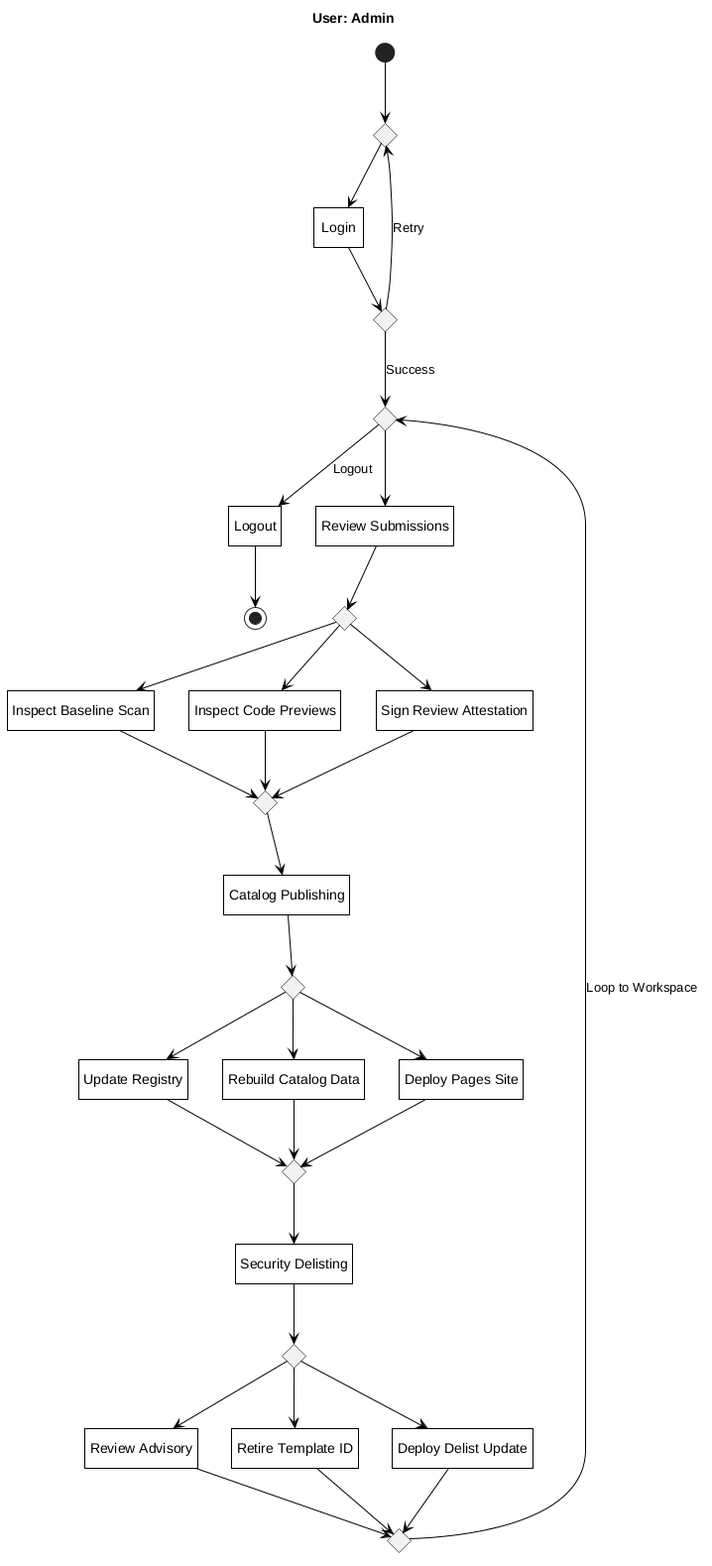
Earlier version of the PlantUML export Figures/state-machine/state-user-admin.png (Litho-MD/uet-fyp-docs). Its diagram source:
```plantuml
@startuml state-user-admin
title User: Admin

hide empty description

skinparam monochrome true
skinparam backgroundColor white
skinparam shadowing false
skinparam defaultTextAlignment center
skinparam roundCorner 0
skinparam ArrowColor black
skinparam defaultFontColor black
skinparam stateBorderThickness 1
skinparam state {
    BackgroundColor white
    BorderColor black
    FontColor black
}

state c_start <<choice>>
state "Login" as login
state c_auth <<choice>>
state c_menu <<choice>>
state "Logout" as logout

[*] --> c_start
c_start --> login
login --> c_auth
c_auth --> c_menu : Success
c_auth --> c_start : Retry

c_menu --> logout : Logout
logout --> [*]

state "Review Submissions" as feat1
state c_f1 <<choice>>
state "Inspect Baseline Scan" as f1_1
state "Inspect Code Previews" as f1_2
state "Sign Review Attestation" as f1_3
state c_f1_m <<choice>>

c_menu --> feat1
feat1 --> c_f1
c_f1 --> f1_1
c_f1 --> f1_2
c_f1 --> f1_3
f1_1 --> c_f1_m
f1_2 --> c_f1_m
f1_3 --> c_f1_m

state "Catalog Publishing" as feat2
state c_f2 <<choice>>
state "Update Registry" as f2_1
state "Rebuild Catalog Data" as f2_2
state "Deploy Pages Site" as f2_3
state c_f2_m <<choice>>

c_f1_m --> feat2
feat2 --> c_f2
c_f2 --> f2_1
c_f2 --> f2_2
c_f2 --> f2_3
f2_1 --> c_f2_m
f2_2 --> c_f2_m
f2_3 --> c_f2_m

state "Security Delisting" as feat3
state c_f3 <<choice>>
state "Review Advisory" as f3_1
state "Retire Template ID" as f3_2
state "Deploy Delist Update" as f3_3
state c_f3_m <<choice>>

c_f2_m --> feat3
feat3 --> c_f3
c_f3 --> f3_1
c_f3 --> f3_2
c_f3 --> f3_3
f3_1 --> c_f3_m
f3_2 --> c_f3_m
f3_3 --> c_f3_m

c_f3_m --> c_menu : Loop to Workspace

@enduml
```
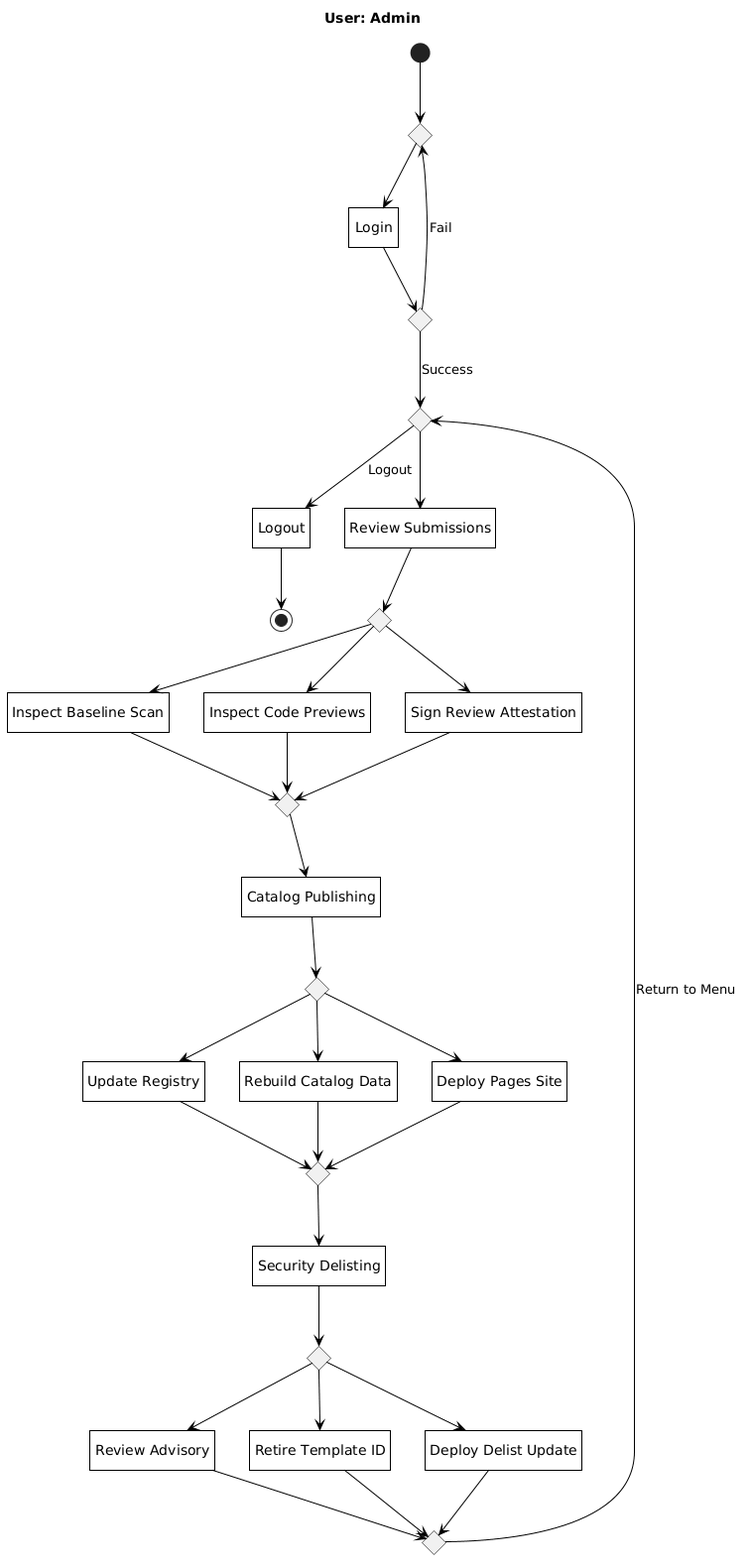
The same file after the commit.

Diff of the diagram source:
```diff
@@ -1,4 +1,4 @@
-@startuml state-user-admin
+@startuml
 title User: Admin
 
 hide empty description
@@ -27,7 +27,7 @@
 c_start --> login
 login --> c_auth
 c_auth --> c_menu : Success
-c_auth --> c_start : Retry
+c_auth --> c_start : Fail
 
 c_menu --> logout : Logout
 logout --> [*]
@@ -80,6 +80,5 @@
 f3_2 --> c_f3_m
 f3_3 --> c_f3_m
 
-c_f3_m --> c_menu : Loop to Workspace
-
+c_f3_m --> c_menu : Return to Menu
 @enduml
```
